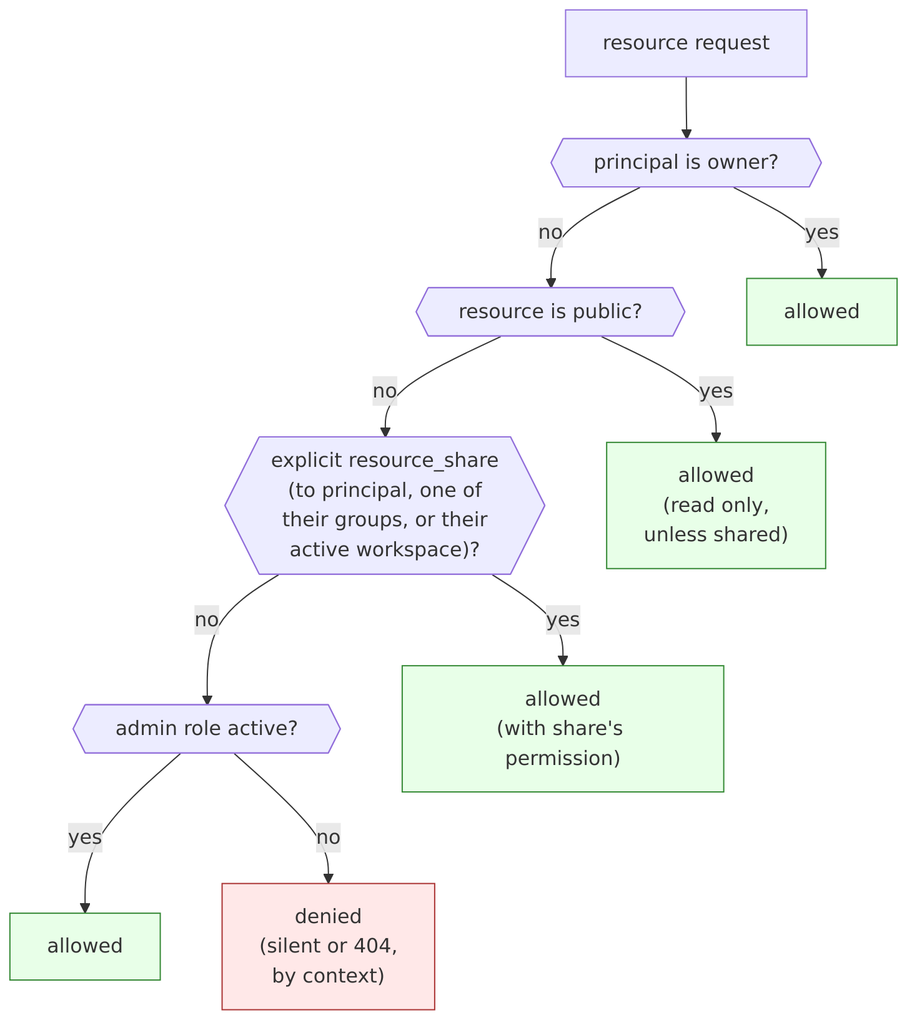
Earlier version of the Mermaid export docs/design/diagrams/SRD-0114/visibility-resolution.png (nosqlbench/hyperplane-rs). Its source is kept beside it as docs/design/diagrams/SRD-0114/visibility-resolution.mmd.
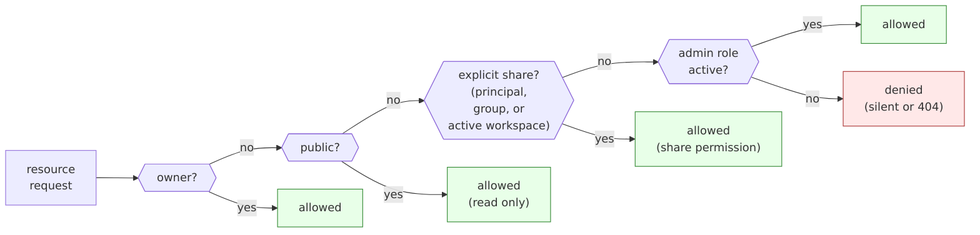
Above is the later version.

Change to the diagram source:
```diff
@@ -1,19 +1,26 @@
-flowchart TB
-    Start["resource request"]
-    Q1{{"principal is owner?"}}
-    Q2{{"resource is public?"}}
-    Q3{{"explicit resource_share<br/>(to principal, one of<br/>their groups, or their<br/>active workspace)?"}}
-    Q4{{"admin role active?"}}
+%%{init: {'flowchart': {'nodeSpacing': 40, 'rankSpacing': 60}}}%%
+flowchart LR
+    Start["resource<br/>request"]
+    Q1{{"owner?"}}
+    Q2{{"public?"}}
+    Q3{{"explicit share?<br/>(principal,<br/>group, or<br/>active workspace)"}}
+    Q4{{"admin role<br/>active?"}}
+
+    A1["allowed"]
+    A2["allowed<br/>(read only)"]
+    A3["allowed<br/>(share permission)"]
+    A4["allowed"]
+    D["denied<br/>(silent or 404)"]
 
     Start --> Q1
-    Q1 -- yes --> A1["allowed"]
+    Q1 -- yes --> A1
     Q1 -- no --> Q2
-    Q2 -- yes --> A2["allowed<br/>(read only,<br/>unless shared)"]
+    Q2 -- yes --> A2
     Q2 -- no --> Q3
-    Q3 -- yes --> A3["allowed<br/>(with share's permission)"]
+    Q3 -- yes --> A3
     Q3 -- no --> Q4
-    Q4 -- yes --> A4["allowed"]
-    Q4 -- no --> D["denied<br/>(silent or 404,<br/>by context)"]
+    Q4 -- yes --> A4
+    Q4 -- no --> D
 
     classDef ok fill:#e8ffe8,stroke:#338833
     classDef no fill:#ffe8e8,stroke:#aa3333
```
